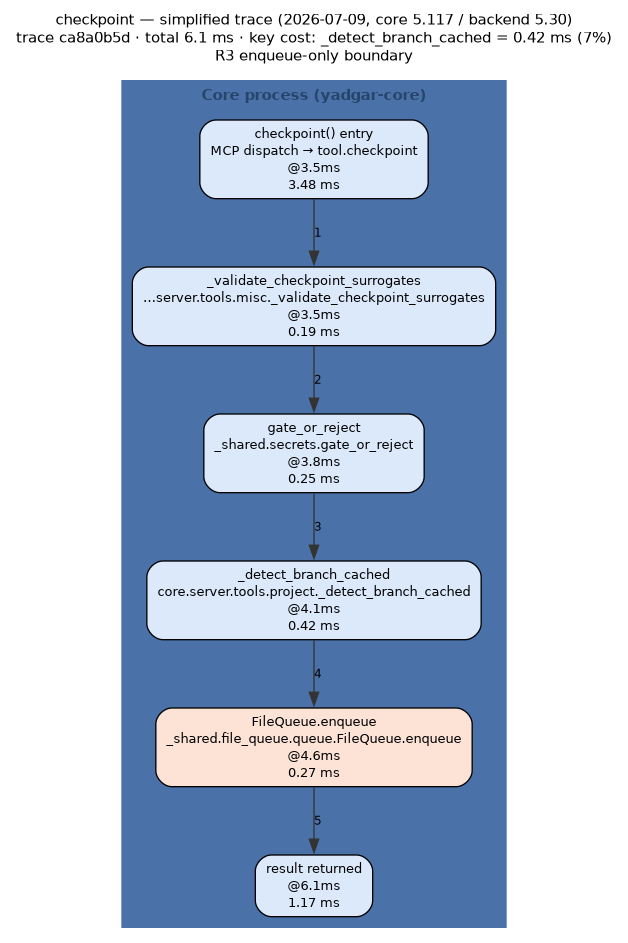
m-agahi/yadgar keeps this Graphviz diagram as docs/diagrams/out/checkpoint-trace-2026-07-09.png. Above is the earlier version. Its source is kept beside it as docs/diagrams/out/checkpoint-trace-2026-07-09.dot. The source it was exported from:
```dot
digraph flow {
  rankdir="TB";
  newrank=true;
  compound=true;
  nodesep=0.35;
  ranksep=0.55;
  graph [fontname="Helvetica", fontsize=11, labelloc="t"];
  node  [fontname="Helvetica", fontsize=10];
  edge  [fontname="Helvetica", fontsize=9];
  label="checkpoint — simplified trace (2026-07-09, core 5.117 / backend 5.30)
trace ca8a0b5d · total 6.1 ms · key cost: _detect_branch_cached = 0.42 ms (7%)\nR3 enqueue-only boundary";
  subgraph "cluster_core" {
    label="Core process (yadgar-core)";
    style=filled;
    bgcolor="#eef4fb";
    color="#4a72a8";
    fontcolor="#26456b";
    fontname="Helvetica-Bold";
    "entry" [shape="box", style="rounded,filled", fillcolor="#dbe9fb", label="checkpoint() entry\nMCP dispatch → tool.checkpoint\n@3.5ms\n3.48 ms"];
    "s0" [shape="box", style="rounded,filled", fillcolor="#dbe9fb", label="_validate_checkpoint_surrogates\n…server.tools.misc._validate_checkpoint_surrogates\n@3.5ms\n0.19 ms"];
    "s1" [shape="box", style="rounded,filled", fillcolor="#dbe9fb", label="gate_or_reject\n_shared.secrets.gate_or_reject\n@3.8ms\n0.25 ms"];
    "s2" [shape="box", style="rounded,filled", fillcolor="#dbe9fb", label="_detect_branch_cached\ncore.server.tools.project._detect_branch_cached\n@4.1ms\n0.42 ms"];
    "s3" [shape="box", style="rounded,filled", fillcolor="#fce3d6", label="FileQueue.enqueue\n_shared.file_queue.queue.FileQueue.enqueue\n@4.6ms\n0.27 ms"];
    "done" [shape="box", style="rounded,filled", fillcolor="#dbe9fb", label="result returned\n@6.1ms\n1.17 ms"];
  }
  "entry" -> "s0" [color="#333333", style="solid", label="1"];
  "s0" -> "s1" [color="#333333", style="solid", label="2"];
  "s1" -> "s2" [color="#333333", style="solid", label="3"];
  "s2" -> "s3" [color="#333333", style="solid", label="4"];
  "s3" -> "done" [color="#333333", style="solid", label="5"];
}
```
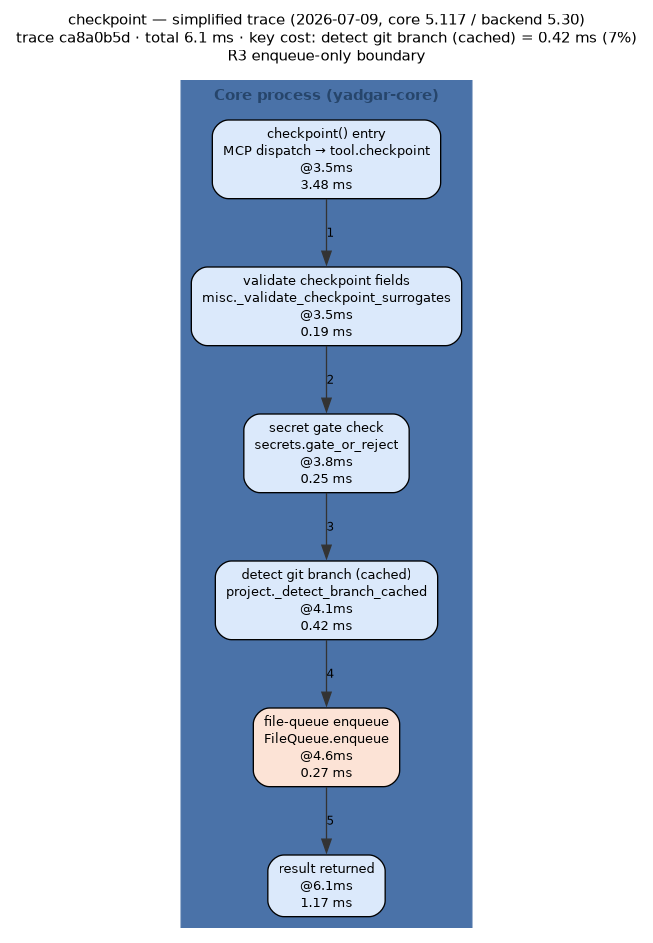
After the change.

Diff of the diagram source:
```diff
@@ -8,7 +8,7 @@
   node  [fontname="Helvetica", fontsize=10];
   edge  [fontname="Helvetica", fontsize=9];
   label="checkpoint — simplified trace (2026-07-09, core 5.117 / backend 5.30)
-trace ca8a0b5d · total 6.1 ms · key cost: _detect_branch_cached = 0.42 ms (7%)\nR3 enqueue-only boundary";
+trace ca8a0b5d · total 6.1 ms · key cost: detect git branch (cached) = 0.42 ms (7%)\nR3 enqueue-only boundary";
   subgraph "cluster_core" {
     label="Core process (yadgar-core)";
     style=filled;
@@ -17,10 +17,10 @@
     fontcolor="#26456b";
     fontname="Helvetica-Bold";
     "entry" [shape="box", style="rounded,filled", fillcolor="#dbe9fb", label="checkpoint() entry\nMCP dispatch → tool.checkpoint\n@3.5ms\n3.48 ms"];
-    "s0" [shape="box", style="rounded,filled", fillcolor="#dbe9fb", label="_validate_checkpoint_surrogates\n…server.tools.misc._validate_checkpoint_surrogates\n@3.5ms\n0.19 ms"];
-    "s1" [shape="box", style="rounded,filled", fillcolor="#dbe9fb", label="gate_or_reject\n_shared.secrets.gate_or_reject\n@3.8ms\n0.25 ms"];
-    "s2" [shape="box", style="rounded,filled", fillcolor="#dbe9fb", label="_detect_branch_cached\ncore.server.tools.project._detect_branch_cached\n@4.1ms\n0.42 ms"];
-    "s3" [shape="box", style="rounded,filled", fillcolor="#fce3d6", label="FileQueue.enqueue\n_shared.file_queue.queue.FileQueue.enqueue\n@4.6ms\n0.27 ms"];
+    "s0" [shape="box", style="rounded,filled", fillcolor="#dbe9fb", label="validate checkpoint fields\nmisc._validate_checkpoint_surrogates\n@3.5ms\n0.19 ms"];
+    "s1" [shape="box", style="rounded,filled", fillcolor="#dbe9fb", label="secret gate check\nsecrets.gate_or_reject\n@3.8ms\n0.25 ms"];
+    "s2" [shape="box", style="rounded,filled", fillcolor="#dbe9fb", label="detect git branch (cached)\nproject._detect_branch_cached\n@4.1ms\n0.42 ms"];
+    "s3" [shape="box", style="rounded,filled", fillcolor="#fce3d6", label="file-queue enqueue\nFileQueue.enqueue\n@4.6ms\n0.27 ms"];
     "done" [shape="box", style="rounded,filled", fillcolor="#dbe9fb", label="result returned\n@6.1ms\n1.17 ms"];
   }
   "entry" -> "s0" [color="#333333", style="solid", label="1"];
```
